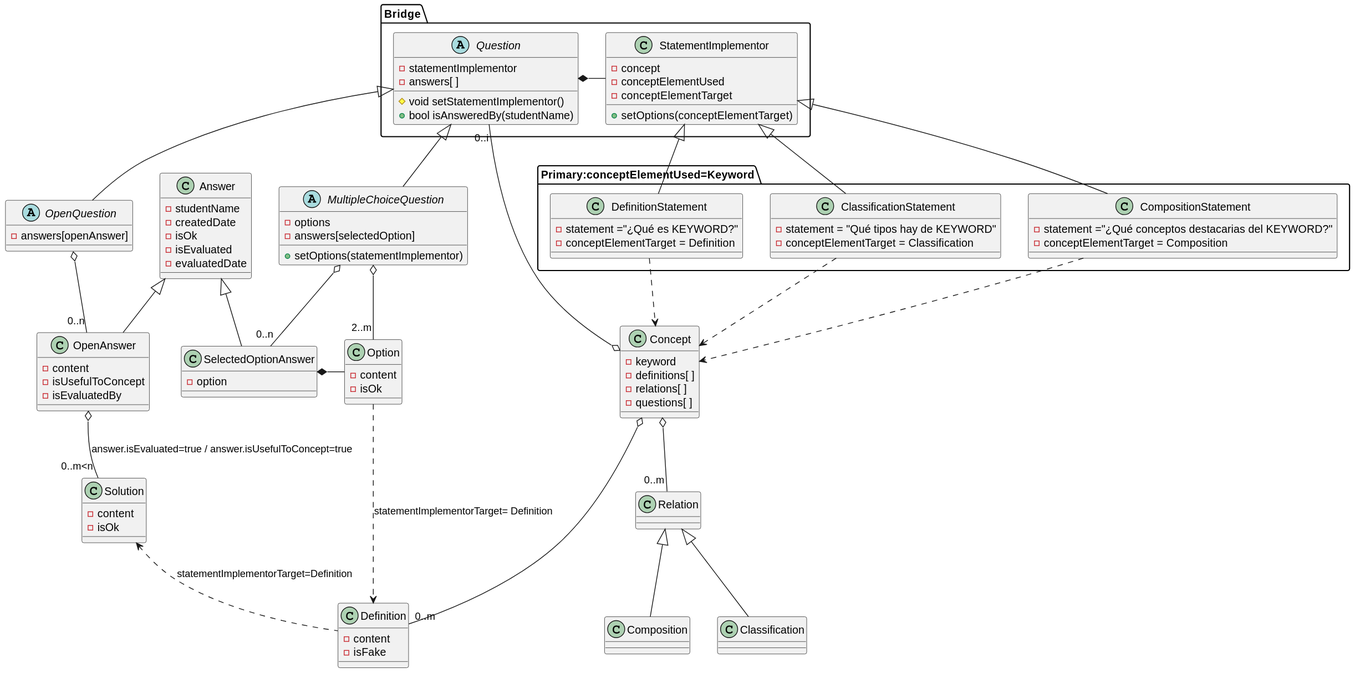
This is out/doc/dominio_detail_bridgeStatement/ConceptDomainDetailBridge.svg from Joselon/ProyectoOpoTest, a PlantUML export, as it was before one commit. Source of this version:
```plantuml
@startuml ConceptDomainDetailBridge

class Concept {
    - keyword
    - definitions[ ]
    - relations[ ]
    - questions[ ]
}

class Definition {
    - content
    - isFake
}

class Relation

class Classification

class Composition

package Primary:conceptElementUsed=Keyword {
    class DefinitionStatement {
        - statement ="¿Qué es KEYWORD?"
        - conceptElementTarget = Definition
    }

    class ClassificationStatement {
        - statement = "Qué tipos hay de KEYWORD"
        - conceptElementTarget = Classification
    }

    class CompositionStatement {
        - statement ="¿Qué conceptos destacarias del KEYWORD?"
        - conceptElementTarget = Composition
    }
}

abstract class OpenQuestion {
    -answers[openAnswer]
}

class OpenAnswer {
    - content
    - isUsefulToConcept
    - isEvaluatedBy
}

class Solution {
    - content
    - isOk
}
abstract class MultipleChoiceQuestion {
    - options
    - answers[selectedOption]
    + setOptions(statementImplementor)
}

class Option {
    - content
    - isOk
}

class SelectedOptionAnswer {
    - option
}

class Answer {
    - studentName
    - createdDate
    - isOk
    - isEvaluated
    - evaluatedDate
}

package Bridge {
    abstract class Question {
        - statementImplementor
        - answers[ ]
        # void setStatementImplementor()
        + bool isAnsweredBy(studentName)
    }

    class StatementImplementor {
        - concept
        - conceptElementUsed
        - conceptElementTarget
        + setOptions(conceptElementTarget)
    }

}

Question *- StatementImplementor
Question <|-- OpenQuestion
Question <|-- MultipleChoiceQuestion

OpenQuestion o--"0..n" OpenAnswer
MultipleChoiceQuestion o--"2..m" Option
MultipleChoiceQuestion o--"0..n" SelectedOptionAnswer
SelectedOptionAnswer *- Option
Answer <|-- OpenAnswer
Answer <|-- SelectedOptionAnswer

DefinitionStatement ..> Concept
ClassificationStatement ..> Concept
CompositionStatement ..> Concept

Concept o-- "0..i" Question
Concept o--"0..m" Definition

Concept o-- "0..m" Relation
Relation <|-- Classification
Relation <|-- Composition


StatementImplementor <|-- DefinitionStatement
OpenAnswer o--"0..m<n" Solution :answer.isEvaluated=true / answer.isUsefulToConcept=true
Solution <.. Definition:statementImplementorTarget=Definition
Option ..> Definition :statementImplementorTarget= Definition
StatementImplementor <|-- ClassificationStatement

StatementImplementor <|-- CompositionStatement


@enduml
```
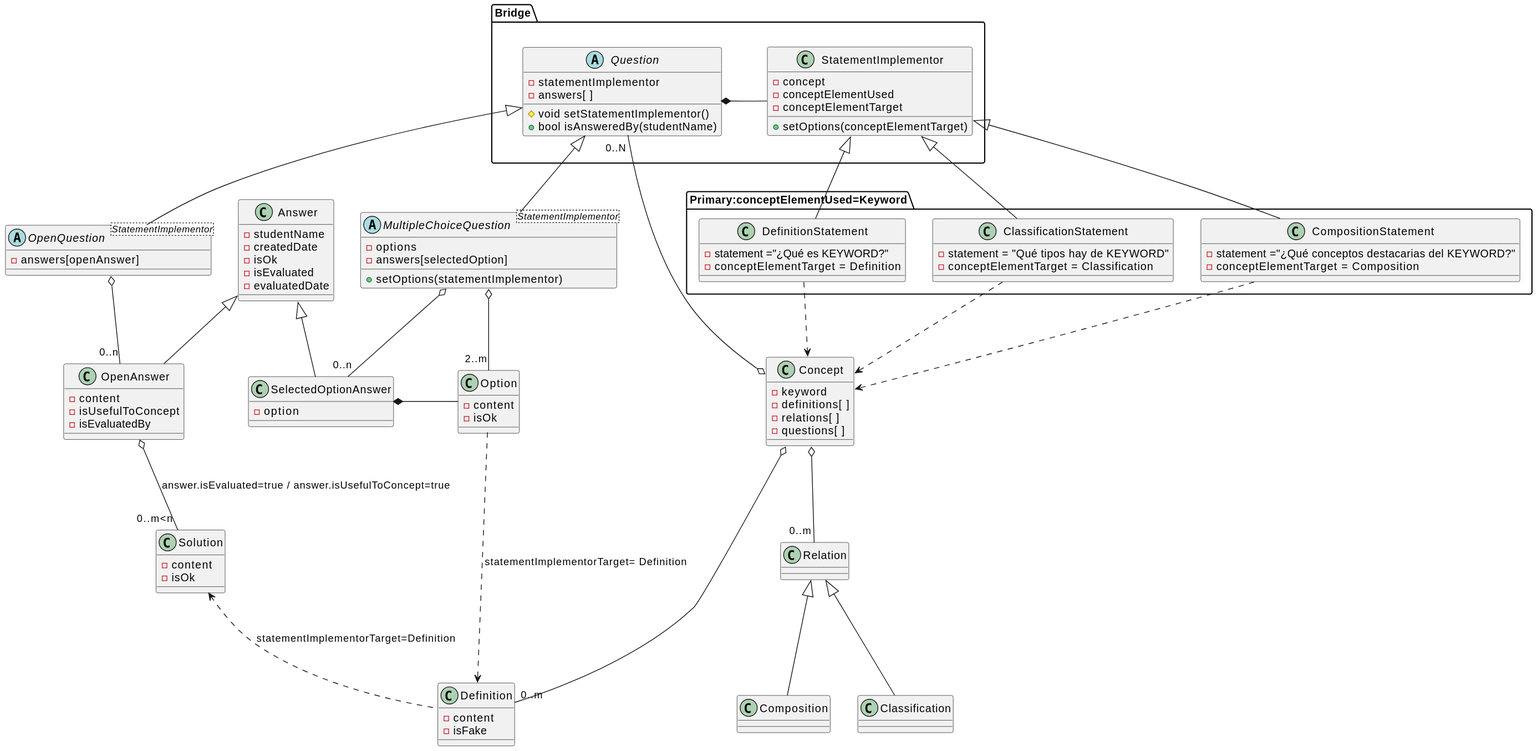
After the change.

Commit message:
Planteando Bridge Question-Statement

What changed in the source:
```diff
@@ -35,7 +35,7 @@
     }
 }
 
-abstract class OpenQuestion {
+abstract class OpenQuestion<StatementImplementor>{
     -answers[openAnswer]
 }
 
@@ -49,7 +49,7 @@
     - content
     - isOk
 }
-abstract class MultipleChoiceQuestion {
+abstract class MultipleChoiceQuestion<StatementImplementor>{
     - options
     - answers[selectedOption]
     + setOptions(statementImplementor)
@@ -104,7 +104,7 @@
 ClassificationStatement ..> Concept
 CompositionStatement ..> Concept
 
-Concept o-- "0..i" Question
+Concept o-- "0..N" Question
 Concept o--"0..m" Definition
 
 Concept o-- "0..m" Relation
```
